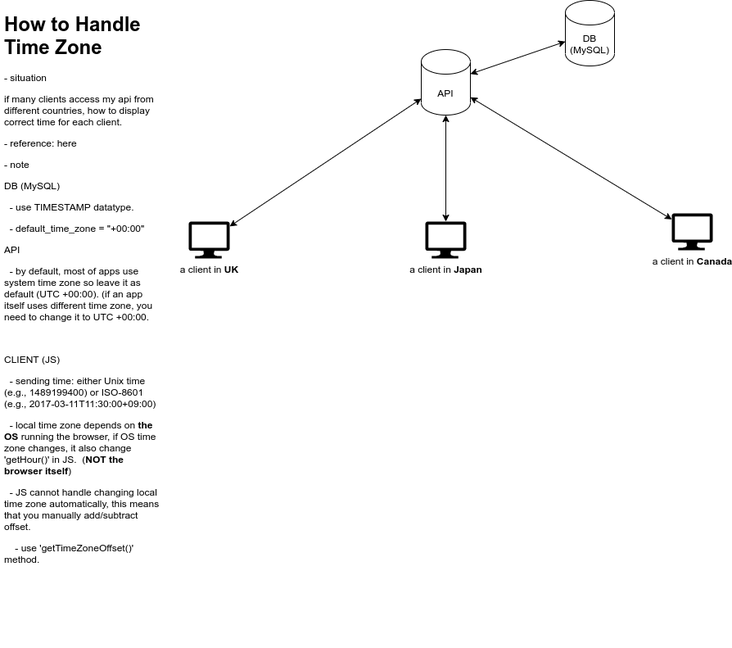
The draw.io diagram time-zone-overview.png in stsiwo/time-zone, before a commit. Source tidied: cells renumbered, new cells last; positions are measured from the earlier drawing's top-left corner, leaving out a move shared by most shapes.
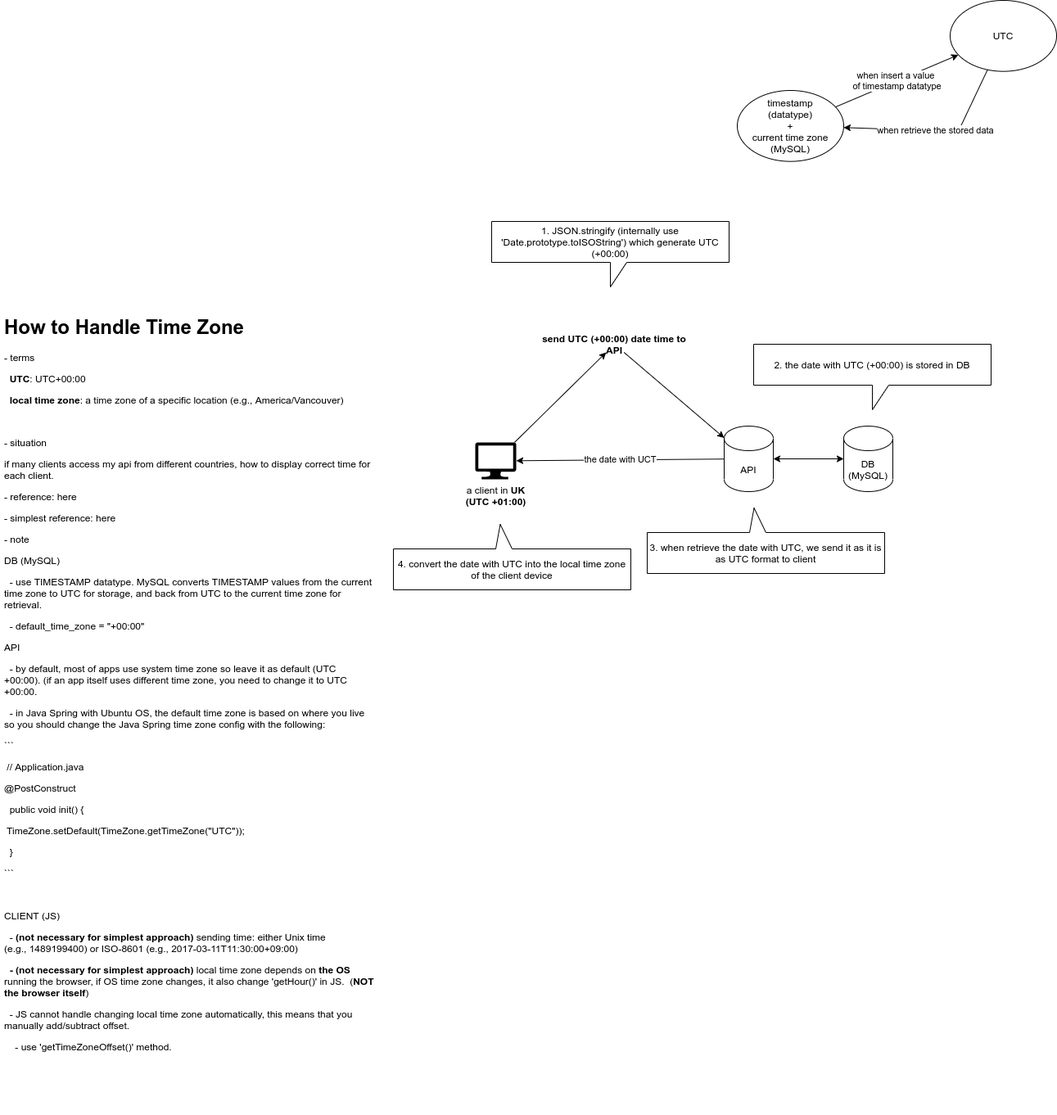
Later version of the same file.

Diff of the diagram source:
````diff
@@ -5,32 +5,57 @@
     <mxCell id="2" style="edgeStyle=none;rounded=0;jettySize=auto;html=1;startArrow=classic;startFill=1;" parent="1" edge="1" source="3" target="4">
       <mxGeometry relative="1" as="geometry" />
     </mxCell>
+    <mxCell id="12" value="the date with UCT" style="edgeStyle=none;rounded=0;jettySize=auto;html=1;startArrow=none;startFill=0;" parent="1" edge="1" source="3" target="10">
+      <mxGeometry relative="1" as="geometry" />
+    </mxCell>
     <mxCell id="3" value="API" style="shape=cylinder3;whiteSpace=wrap;html=1;boundedLbl=1;backgroundOutline=1;size=15;" parent="1" vertex="1">
-      <mxGeometry x="514" y="60" width="60" height="80" as="geometry" />
+      <mxGeometry x="514" y="260" width="60" height="80" as="geometry" />
     </mxCell>
     <mxCell id="4" value="DB&lt;br&gt;(MySQL)" style="shape=cylinder3;whiteSpace=wrap;html=1;boundedLbl=1;backgroundOutline=1;size=15;" parent="1" vertex="1">
-      <mxGeometry x="690" width="60" height="80" as="geometry" />
+      <mxGeometry x="660" y="260" width="60" height="80" as="geometry" />
     </mxCell>
-    <mxCell id="5" style="edgeStyle=none;rounded=0;jettySize=auto;html=1;startArrow=classic;startFill=1;" parent="1" edge="1" source="6" target="3">
-      <mxGeometry relative="1" as="geometry" />
-    </mxCell>
-    <mxCell id="6" value="a client in &lt;b&gt;Japan&lt;/b&gt;" style="shadow=0;dashed=0;html=1;strokeColor=none;labelPosition=center;verticalLabelPosition=bottom;verticalAlign=top;align=center;shape=mxgraph.azure.computer;fillColor=#000000;" parent="1" vertex="1">
-      <mxGeometry x="519" y="270" width="50" height="45" as="geometry" />
-    </mxCell>
-    <mxCell id="7" style="edgeStyle=none;rounded=0;jettySize=auto;html=1;startArrow=classic;startFill=1;" parent="1" edge="1" source="8" target="3">
-      <mxGeometry relative="1" as="geometry" />
-    </mxCell>
-    <mxCell id="8" value="a client in &lt;b&gt;Canada&lt;/b&gt;" style="shadow=0;dashed=0;html=1;strokeColor=none;labelPosition=center;verticalLabelPosition=bottom;verticalAlign=top;align=center;shape=mxgraph.azure.computer;fillColor=#000000;" parent="1" vertex="1">
-      <mxGeometry x="820" y="260" width="50" height="45" as="geometry" />
-    </mxCell>
-    <mxCell id="9" style="edgeStyle=none;rounded=0;jettySize=auto;html=1;startArrow=classic;startFill=1;" parent="1" edge="1" source="10" target="3">
-      <mxGeometry relative="1" as="geometry" />
-    </mxCell>
+    <mxCell id="13" style="edgeStyle=none;rounded=0;jettySize=auto;html=1;startArrow=none;startFill=0;" parent="1" edge="1" source="10" target="15">
+      <mxGeometry relative="1" as="geometry" />
+    </mxCell>
-    <mxCell id="10" value="a client in &lt;b&gt;UK&lt;/b&gt;" style="shadow=0;dashed=0;html=1;strokeColor=none;labelPosition=center;verticalLabelPosition=bottom;verticalAlign=top;align=center;shape=mxgraph.azure.computer;fillColor=#000000;" parent="1" vertex="1">
-      <mxGeometry x="230" y="270" width="50" height="45" as="geometry" />
+    <mxCell id="10" value="a client in &lt;b&gt;UK&lt;br&gt;(UTC +01:00)&lt;br&gt;&lt;/b&gt;" style="shadow=0;dashed=0;html=1;strokeColor=none;labelPosition=center;verticalLabelPosition=bottom;verticalAlign=top;align=center;shape=mxgraph.azure.computer;fillColor=#000000;" parent="1" vertex="1">
+      <mxGeometry x="210" y="280" width="50" height="45" as="geometry" />
     </mxCell>
-    <mxCell id="11" value="&lt;h1&gt;How to Handle Time Zone&amp;nbsp;&lt;/h1&gt;&lt;p&gt;- situation&lt;/p&gt;&lt;p&gt;if many clients access my api from different countries, how to display correct time for each client.&lt;/p&gt;&lt;p&gt;- reference: &lt;a href=&quot;https://toastui.medium.com/handling-time-zone-in-javascript-547e67aa842d&quot;&gt;here&lt;/a&gt;&lt;/p&gt;&lt;p&gt;- note&lt;/p&gt;&lt;p&gt;DB (MySQL)&lt;/p&gt;&lt;p&gt;&amp;nbsp; - use TIMESTAMP datatype.&lt;/p&gt;&lt;p&gt;&amp;nbsp; - default_time_zone = &quot;+00:00&quot;&lt;/p&gt;&lt;p&gt;API&amp;nbsp;&lt;/p&gt;&lt;p&gt;&amp;nbsp; - by default, most of apps use system time zone so leave it as default (UTC +00:00). (if an app itself uses different time zone, you need to change it to UTC +00:00.&lt;/p&gt;&lt;p&gt;&lt;br&gt;&lt;/p&gt;&lt;p&gt;CLIENT (JS)&lt;/p&gt;&lt;p&gt;&amp;nbsp; - sending time: either Unix time (e.g.,&amp;nbsp;1489199400) or ISO-8601 (e.g.,&amp;nbsp;2017-03-11T11:30:00+09:00)&lt;/p&gt;&lt;p&gt;&amp;nbsp; - local time zone depends on &lt;b&gt;the OS&lt;/b&gt; running the browser, if OS time zone changes, it also change 'getHour()' in JS.&amp;nbsp; (&lt;b&gt;NOT the browser itself&lt;/b&gt;)&lt;/p&gt;&lt;p&gt;&amp;nbsp; - JS cannot handle changing local time zone automatically, this means that you manually add/subtract offset.&lt;/p&gt;&lt;p&gt;&amp;nbsp; &amp;nbsp; - use 'getTimeZoneOffset()' method.&amp;nbsp;&lt;/p&gt;" style="text;html=1;strokeColor=none;fillColor=none;spacing=5;spacingTop=-20;whiteSpace=wrap;overflow=hidden;rounded=0;" parent="1" vertex="1">
-      <mxGeometry y="10" width="200" height="780" as="geometry" />
+    <mxCell id="11" value="&lt;h1&gt;How to Handle Time Zone&amp;nbsp;&lt;/h1&gt;&lt;p&gt;- terms&lt;/p&gt;&lt;p&gt;&amp;nbsp; &lt;b&gt;UTC&lt;/b&gt;: UTC+00:00&lt;/p&gt;&lt;p&gt;&amp;nbsp; &lt;b&gt;local time zone&lt;/b&gt;: a time zone of a specific location (e.g., America/Vancouver)&lt;/p&gt;&lt;p&gt;&lt;br&gt;&lt;/p&gt;&lt;p&gt;- situation&lt;/p&gt;&lt;p&gt;if many clients access my api from different countries, how to display correct time for each client.&lt;/p&gt;&lt;p&gt;- reference: &lt;a href=&quot;https://toastui.medium.com/handling-time-zone-in-javascript-547e67aa842d&quot;&gt;here&lt;/a&gt;&lt;/p&gt;&lt;p&gt;- simplest reference: &lt;a href=&quot;https://dev.to/corykeane/3-simple-rules-for-effectively-handling-dates-and-timezones-1pe0&quot;&gt;here&lt;/a&gt;&lt;/p&gt;&lt;p&gt;- note&lt;/p&gt;&lt;p&gt;DB (MySQL)&lt;/p&gt;&lt;p&gt;&amp;nbsp; - use TIMESTAMP datatype.&amp;nbsp;MySQL converts TIMESTAMP values from the current time zone to UTC for storage, and back from UTC to the current time zone for retrieval.&lt;/p&gt;&lt;p&gt;&amp;nbsp; - default_time_zone = &quot;+00:00&quot;&lt;/p&gt;&lt;p&gt;API&amp;nbsp;&lt;/p&gt;&lt;p&gt;&amp;nbsp; - by default, most of apps use system time zone so leave it as default (UTC +00:00). (if an app itself uses different time zone, you need to change it to UTC +00:00.&lt;/p&gt;&lt;p&gt;&amp;nbsp; - in Java Spring with Ubuntu OS, the default time zone is based on where you live so you should change the Java Spring time zone config with the following:&lt;/p&gt;&lt;p&gt;```&lt;/p&gt;&lt;p&gt;&amp;nbsp;// Application.java&lt;/p&gt;&lt;p&gt;@PostConstruct&lt;/p&gt;&lt;p&gt;&amp;nbsp; public void init() {&lt;/p&gt;&lt;p&gt;&lt;span&gt;&amp;nbsp;TimeZone.setDefault(TimeZone.getTimeZone(&quot;UTC&quot;));&lt;/span&gt;&lt;br&gt;&lt;/p&gt;&lt;p&gt;&lt;span&gt;&amp;nbsp; }&lt;/span&gt;&lt;br&gt;&lt;/p&gt;&lt;p&gt;```&lt;/p&gt;&lt;p&gt;&lt;br&gt;&lt;/p&gt;&lt;p&gt;CLIENT (JS)&lt;/p&gt;&lt;p&gt;&amp;nbsp; - &lt;b&gt;(not necessary for simplest approach)&lt;/b&gt; sending time: either Unix time (e.g.,&amp;nbsp;1489199400) or ISO-8601 (e.g.,&amp;nbsp;2017-03-11T11:30:00+09:00)&lt;span&gt;&amp;nbsp;&lt;/span&gt;&lt;/p&gt;&lt;b&gt;&amp;nbsp; - (not necessary for simplest approach)&amp;nbsp;&lt;/b&gt;&lt;span&gt;local time zone depends on &lt;/span&gt;&lt;b&gt;the OS&lt;/b&gt;&lt;span&gt; running the browser, if OS time zone changes, it also change 'getHour()' in JS.&amp;nbsp; (&lt;/span&gt;&lt;b&gt;NOT the browser itself&lt;/b&gt;&lt;span&gt;)&lt;/span&gt;&lt;b&gt;&lt;br&gt;&lt;/b&gt;&lt;p&gt;&amp;nbsp; - JS cannot handle changing local time zone automatically, this means that you manually add/subtract offset.&lt;/p&gt;&lt;p&gt;&amp;nbsp; &amp;nbsp; - use 'getTimeZoneOffset()' method.&amp;nbsp;&lt;/p&gt;" style="text;html=1;strokeColor=none;fillColor=none;spacing=5;spacingTop=-20;whiteSpace=wrap;overflow=hidden;rounded=0;" parent="1" vertex="1">
+      <mxGeometry x="-370" y="120" width="460" height="980" as="geometry" />
     </mxCell>
+    <mxCell id="14" style="edgeStyle=none;rounded=0;jettySize=auto;html=1;startArrow=none;startFill=0;" parent="1" edge="1" source="15" target="3">
+      <mxGeometry relative="1" as="geometry" />
+    </mxCell>
+    <mxCell id="15" value="&lt;b&gt;send UTC (+00:00) date time to API&lt;/b&gt;" style="text;html=1;strokeColor=none;fillColor=none;align=center;verticalAlign=middle;whiteSpace=wrap;rounded=0;" parent="1" vertex="1">
+      <mxGeometry x="290" y="150" width="180" height="20" as="geometry" />
+    </mxCell>
+    <mxCell id="16" value="when insert a value &lt;br&gt;of timestamp datatype" style="edgeStyle=none;rounded=0;jettySize=auto;html=1;startArrow=none;startFill=0;" parent="1" edge="1" source="17" target="19">
+      <mxGeometry relative="1" as="geometry" />
+    </mxCell>
+    <mxCell id="17" value="timestamp&lt;br&gt;(datatype)&lt;br&gt;+&lt;br&gt;current time zone&lt;br&gt;(MySQL)" style="ellipse;whiteSpace=wrap;html=1;fillColor=#FFFFFF;" parent="1" vertex="1">
+      <mxGeometry x="530" y="-150" width="130" height="86.7" as="geometry" />
+    </mxCell>
+    <mxCell id="18" value="when retrieve the stored data" style="edgeStyle=none;rounded=0;jettySize=auto;html=1;startArrow=none;startFill=0;" parent="1" edge="1" source="19" target="17">
+      <mxGeometry relative="1" as="geometry">
+        <Array as="points">
+          <mxPoint x="800" y="-100" />
+        </Array>
+      </mxGeometry>
+    </mxCell>
+    <mxCell id="19" value="UTC" style="ellipse;whiteSpace=wrap;html=1;fillColor=#FFFFFF;" parent="1" vertex="1">
+      <mxGeometry x="790" y="-260" width="130" height="86.7" as="geometry" />
+    </mxCell>
+    <mxCell id="20" value="1. JSON.stringify (internally use 'Date.prototype.toISOString') which generate UTC (+00:00)" style="shape=callout;whiteSpace=wrap;html=1;perimeter=calloutPerimeter;fillColor=#FFFFFF;" parent="1" vertex="1">
+      <mxGeometry x="230" y="10" width="290" height="80" as="geometry" />
+    </mxCell>
+    <mxCell id="21" value="2. the date with UTC (+00:00) is stored in DB" style="shape=callout;whiteSpace=wrap;html=1;perimeter=calloutPerimeter;fillColor=#FFFFFF;" parent="1" vertex="1">
+      <mxGeometry x="550" y="160" width="290" height="80" as="geometry" />
+    </mxCell>
+    <mxCell id="22" value="3. when retrieve the date with UTC, we send it as it is as UTC format to client" style="shape=callout;whiteSpace=wrap;html=1;perimeter=calloutPerimeter;fillColor=#FFFFFF;direction=west;position2=0.55;" parent="1" vertex="1">
+      <mxGeometry x="420" y="360" width="290" height="80" as="geometry" />
+    </mxCell>
+    <mxCell id="23" value="4. convert the date with UTC into the local time zone of the client device" style="shape=callout;whiteSpace=wrap;html=1;perimeter=calloutPerimeter;fillColor=#FFFFFF;direction=west;position2=0.55;" parent="1" vertex="1">
+      <mxGeometry x="110" y="380" width="290" height="80" as="geometry" />
+    </mxCell>
   </root>
 </mxGraphModel>
````
